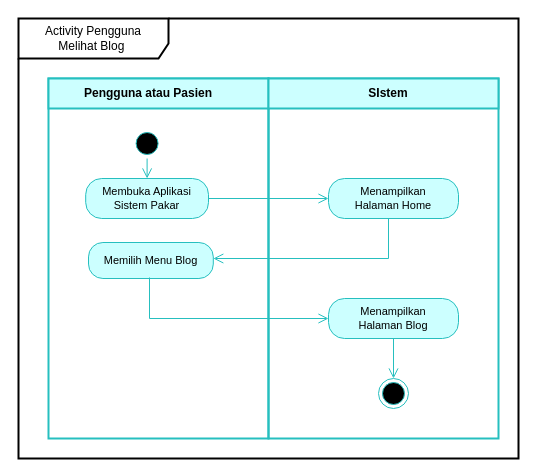
Earlier version of the draw.io diagram page "Halaman-3" (3 of 32) of Diagram Tanpa Judul.drawio (RyanRamadhan11/drawio). Source tidied: cells renumbered, new cells numbered last; positions are measured from the earlier drawing's top-left corner, leaving out a move shared by most shapes. Both pictures are drawn from the tidied source at 100%, with x=0, y=0 at pixel (18, 18).
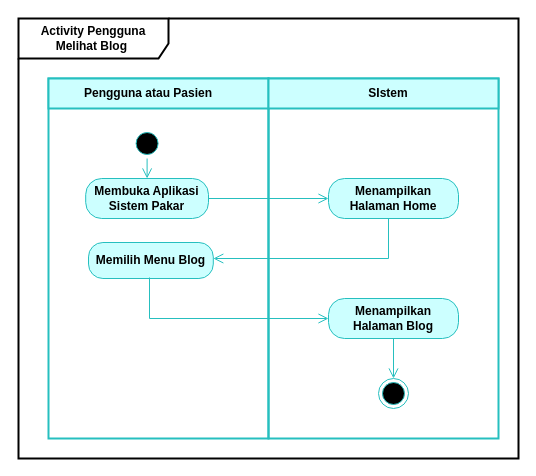
After the change.

What changed in the source:
```diff
@@
-    <mxCell id="2" value="&lt;font style=&quot;font-size: 12px;&quot;&gt;Activity Pengguna&lt;br&gt;Melihat Blog&amp;nbsp;&lt;/font&gt;" style="shape=umlFrame;whiteSpace=wrap;html=1;width=150;height=40;strokeWidth=2;" parent="1" vertex="1">
+    <mxCell id="2" value="&lt;font style=&quot;font-size: 12px;&quot;&gt;&lt;b&gt;Activity Pengguna&lt;br&gt;Melihat Blog&amp;nbsp;&lt;/b&gt;&lt;/font&gt;" style="shape=umlFrame;whiteSpace=wrap;html=1;width=150;height=40;strokeWidth=2;" parent="1" vertex="1">
       <mxGeometry width="500" height="440" as="geometry" />
     </mxCell>
@@
-    <mxCell id="11" value="Membuka Aplikasi Sistem Pakar" style="rounded=1;whiteSpace=wrap;html=1;arcSize=40;fontColor=#000000;fillColor=#CCFFFF;strokeColor=#26BFBF;fontSize=11;" parent="1" vertex="1">
+    <mxCell id="11" value="Membuka Aplikasi Sistem Pakar" style="rounded=1;whiteSpace=wrap;html=1;arcSize=40;fontColor=#000000;fillColor=#CCFFFF;strokeColor=#26BFBF;fontSize=12;fontStyle=1;" parent="1" vertex="1">
       <mxGeometry x="67.2" y="160" width="122.8" height="40" as="geometry" />
     </mxCell>
@@
-    <mxCell id="13" value="Menampilkan &lt;br&gt;Halaman Home" style="rounded=1;whiteSpace=wrap;html=1;arcSize=40;fontColor=#000000;fillColor=#CCFFFF;strokeColor=#26BFBF;strokeWidth=1;fontSize=11;verticalAlign=middle;" parent="1" vertex="1">
+    <mxCell id="13" value="Menampilkan &lt;br style=&quot;font-size: 12px;&quot;&gt;Halaman Home" style="rounded=1;whiteSpace=wrap;html=1;arcSize=40;fontColor=#000000;fillColor=#CCFFFF;strokeColor=#26BFBF;strokeWidth=1;fontSize=12;verticalAlign=middle;fontStyle=1;" parent="1" vertex="1">
       <mxGeometry x="310" y="160" width="130" height="40" as="geometry" />
     </mxCell>
@@
-    <mxCell id="15" value="Memilih Menu Blog" style="rounded=1;whiteSpace=wrap;html=1;arcSize=40;fontColor=#000000;fillColor=#CCFFFF;strokeColor=#26BFBF;fontSize=11;" parent="1" vertex="1">
+    <mxCell id="15" value="Memilih Menu Blog" style="rounded=1;whiteSpace=wrap;html=1;arcSize=40;fontColor=#000000;fillColor=#CCFFFF;strokeColor=#26BFBF;fontSize=12;fontStyle=1;" parent="1" vertex="1">
       <mxGeometry x="70" y="224" width="124.8" height="36" as="geometry" />
     </mxCell>
@@
-    <mxCell id="17" value="Menampilkan &lt;br&gt;Halaman Blog" style="rounded=1;whiteSpace=wrap;html=1;arcSize=40;fontColor=#000000;fillColor=#CCFFFF;strokeColor=#26BFBF;fontSize=11;verticalAlign=middle;" parent="1" vertex="1">
+    <mxCell id="17" value="Menampilkan &lt;br style=&quot;font-size: 12px;&quot;&gt;Halaman Blog" style="rounded=1;whiteSpace=wrap;html=1;arcSize=40;fontColor=#000000;fillColor=#CCFFFF;strokeColor=#26BFBF;fontSize=12;verticalAlign=middle;fontStyle=1;" parent="1" vertex="1">
       <mxGeometry x="310" y="280" width="130" height="40" as="geometry" />
     </mxCell>
```
